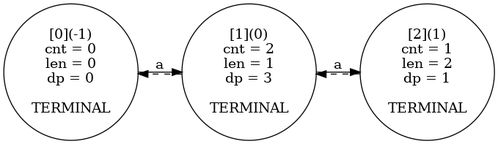
Magorx/mipt keeps this Graphviz diagram as sem_3/algorithms/2_contest/graph.png. Above is the earlier version. Its source is kept beside it as sem_3/algorithms/2_contest/graph.gv. The source it was exported from:
```dot
digraph g {
rankdir="LR";
struct0x7f4cb6c78010[label="[0](-1)\ncnt = 0\nlen = 0\ndp = 0\n\nTERMINAL"];
struct0x7f4cb6c78010 -> struct0x7f4cb6c780b8 [label="a"];
struct0x7f4cb6c780b8[label="[1](0)\ncnt = 2\nlen = 1\ndp = 3\n\nTERMINAL"];
struct0x7f4cb6c780b8 -> struct0x7f4cb6c78160 [label="a"];
struct0x7f4cb6c78160[label="[2](1)\ncnt = 1\nlen = 2\ndp = 1\n\nTERMINAL"];
struct0x7f4cb6c78160 -> struct0x7f4cb6c780b8 [style="dashed"];
struct0x7f4cb6c780b8 -> struct0x7f4cb6c78010 [style="dashed"];
}
```
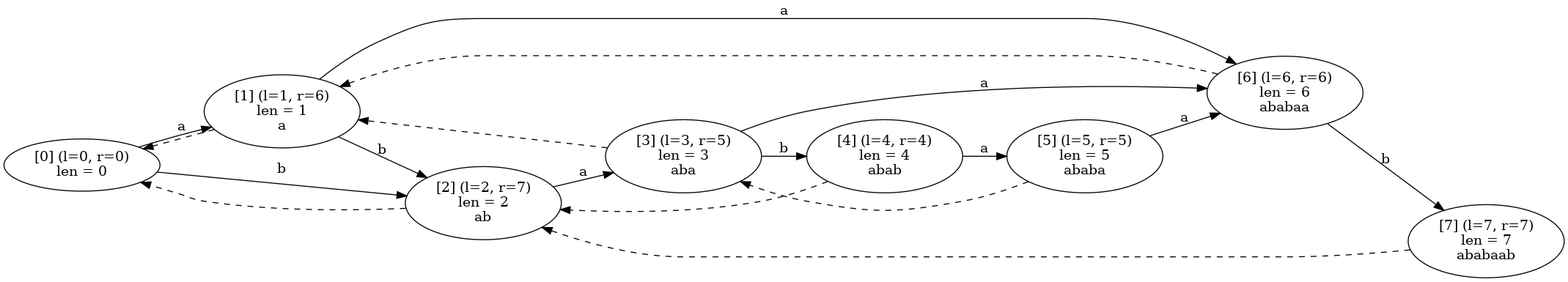
After the commit.

The edit, as a diff of the source:
```diff
@@ -1,10 +1,28 @@
 digraph g {
 rankdir="LR";
-struct0x7f4cb6c78010[label="[0](-1)\ncnt = 0\nlen = 0\ndp = 0\n\nTERMINAL"];
-struct0x7f4cb6c78010 -> struct0x7f4cb6c780b8 [label="a"];
-struct0x7f4cb6c780b8[label="[1](0)\ncnt = 2\nlen = 1\ndp = 3\n\nTERMINAL"];
-struct0x7f4cb6c780b8 -> struct0x7f4cb6c78160 [label="a"];
-struct0x7f4cb6c78160[label="[2](1)\ncnt = 1\nlen = 2\ndp = 1\n\nTERMINAL"];
-struct0x7f4cb6c78160 -> struct0x7f4cb6c780b8 [style="dashed"];
-struct0x7f4cb6c780b8 -> struct0x7f4cb6c78010 [style="dashed"];
+struct0x7f0961a65010[label="[0] (l=0, r=0)\nlen = 0\n"];
+struct0x7f0961a65010 -> struct0x7f0961a650e8 [label="a"];
+struct0x7f0961a650e8[label="[1] (l=1, r=6)\nlen = 1\na"];
+struct0x7f0961a650e8 -> struct0x7f0961a65520 [label="a"];
+struct0x7f0961a65520[label="[6] (l=6, r=6)\nlen = 6\nababaa"];
+struct0x7f0961a65520 -> struct0x7f0961a655f8 [label="b"];
+struct0x7f0961a655f8[label="[7] (l=7, r=7)\nlen = 7\nababaab"];
+struct0x7f0961a655f8 -> struct0x7f0961a651c0 [style="dashed"];
+struct0x7f0961a65520 -> struct0x7f0961a650e8 [style="dashed"];
+struct0x7f0961a650e8 -> struct0x7f0961a651c0 [label="b"];
+struct0x7f0961a651c0[label="[2] (l=2, r=7)\nlen = 2\nab"];
+struct0x7f0961a651c0 -> struct0x7f0961a65298 [label="a"];
+struct0x7f0961a65298[label="[3] (l=3, r=5)\nlen = 3\naba"];
+struct0x7f0961a65298 -> struct0x7f0961a65520 [label="a"];
+struct0x7f0961a65298 -> struct0x7f0961a65370 [label="b"];
+struct0x7f0961a65370[label="[4] (l=4, r=4)\nlen = 4\nabab"];
+struct0x7f0961a65370 -> struct0x7f0961a65448 [label="a"];
+struct0x7f0961a65448[label="[5] (l=5, r=5)\nlen = 5\nababa"];
+struct0x7f0961a65448 -> struct0x7f0961a65520 [label="a"];
+struct0x7f0961a65448 -> struct0x7f0961a65298 [style="dashed"];
+struct0x7f0961a65370 -> struct0x7f0961a651c0 [style="dashed"];
+struct0x7f0961a65298 -> struct0x7f0961a650e8 [style="dashed"];
+struct0x7f0961a651c0 -> struct0x7f0961a65010 [style="dashed"];
+struct0x7f0961a650e8 -> struct0x7f0961a65010 [style="dashed"];
+struct0x7f0961a65010 -> struct0x7f0961a651c0 [label="b"];
 }
```
